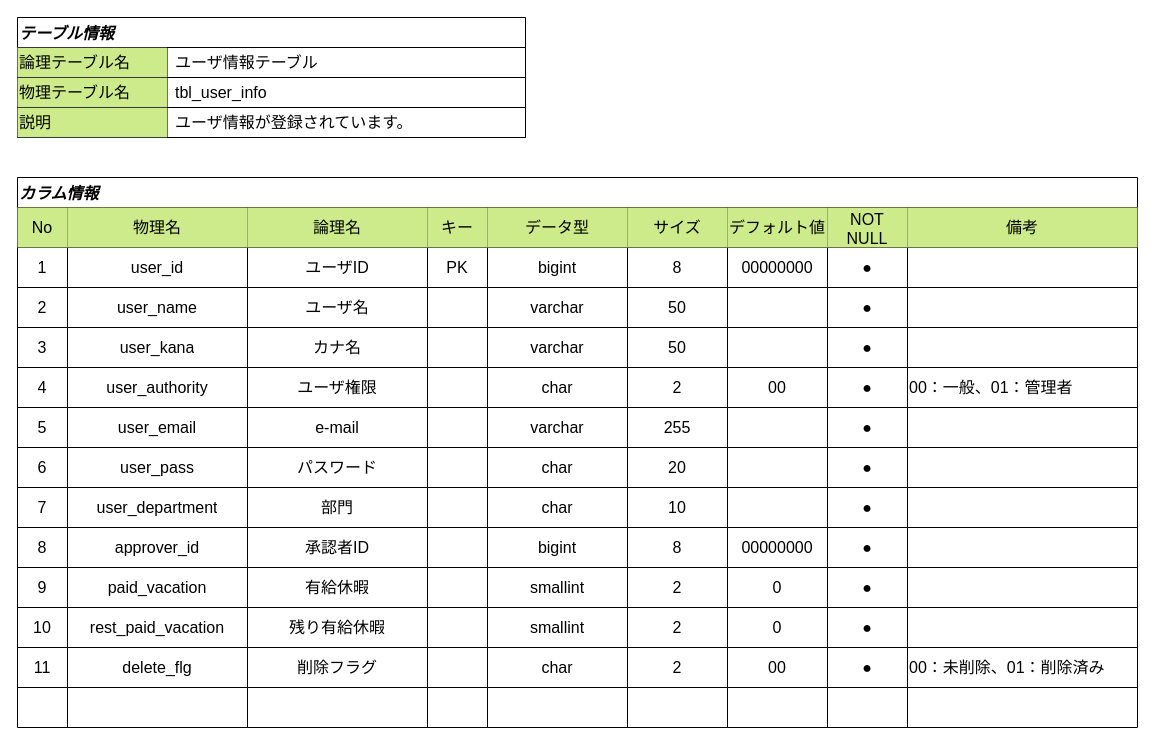
Earlier version of the draw.io diagram docs/database/tbl_user_info.drawio (youkobaske/agentSupport-attendanceSystem). Source tidied: cells renumbered, new cells numbered last; positions are measured from the earlier drawing's top-left corner, leaving out a move shared by most shapes. Both pictures are drawn from the tidied source at 100%, with x=0, y=0 at pixel (17, 17).
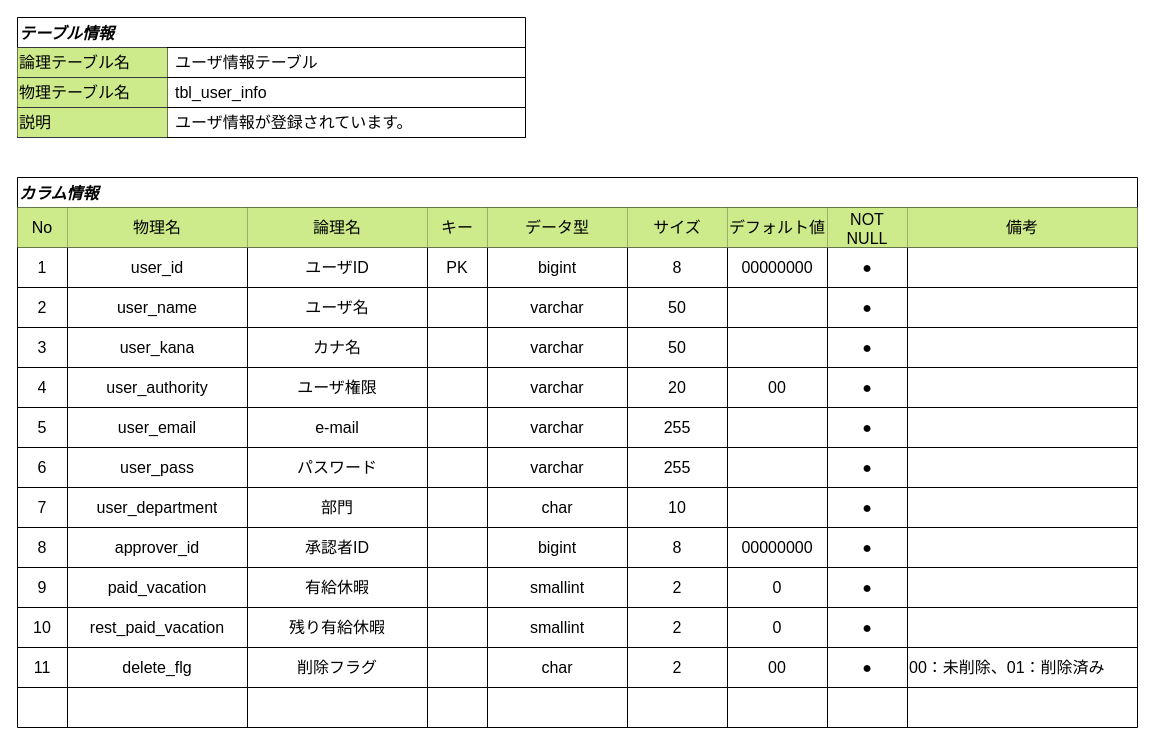
The same diagram, later.

Commit message (it also covers changes not shown here):
データ型とサイズを一部修正

user_pass, user_authorityのデータ型とサイズを修正

Unchanged cells that the change refers to:
```xml
<mxCell id="53" style="shape=tableRow;horizontal=0;startSize=0;swimlaneHead=0;swimlaneBody=0;strokeColor=inherit;top=0;left=0;bottom=0;right=0;fillColor=none;fontSize=16;" parent="12" vertex="1">
  <mxGeometry y="190" width="1120" height="40" as="geometry" />
</mxCell>
<mxCell id="73" style="shape=tableRow;horizontal=0;startSize=0;swimlaneHead=0;swimlaneBody=0;strokeColor=inherit;top=0;left=0;bottom=0;right=0;fillColor=none;fontSize=16;" parent="12" vertex="1">
  <mxGeometry y="270" width="1120" height="40" as="geometry" />
</mxCell>
```

Change to the diagram source:
```diff
@@
-    <mxCell id="58" value="char" style="shape=partialRectangle;html=1;whiteSpace=wrap;strokeColor=inherit;overflow=hidden;fillColor=none;top=0;left=0;bottom=0;right=0;fontSize=16;" parent="53" vertex="1">
+    <mxCell id="58" value="varchar" style="shape=partialRectangle;html=1;whiteSpace=wrap;strokeColor=inherit;overflow=hidden;fillColor=none;top=0;left=0;bottom=0;right=0;fontSize=16;" parent="53" vertex="1">
       <mxGeometry x="470" width="140" height="40" as="geometry" />
     </mxCell>
-    <mxCell id="59" value="2" style="shape=partialRectangle;html=1;whiteSpace=wrap;strokeColor=inherit;overflow=hidden;fillColor=none;top=0;left=0;bottom=0;right=0;fontSize=16;" parent="53" vertex="1">
+    <mxCell id="59" value="20" style="shape=partialRectangle;html=1;whiteSpace=wrap;strokeColor=inherit;overflow=hidden;fillColor=none;top=0;left=0;bottom=0;right=0;fontSize=16;" parent="53" vertex="1">
       <mxGeometry x="610" width="100" height="40" as="geometry" />
     </mxCell>
@@
-    <mxCell id="62" value="00：一般、01：管理者" style="shape=partialRectangle;html=1;whiteSpace=wrap;strokeColor=inherit;overflow=hidden;fillColor=none;top=0;left=0;bottom=0;right=0;fontSize=16;align=left;" parent="53" vertex="1">
+    <mxCell id="62" style="shape=partialRectangle;html=1;whiteSpace=wrap;strokeColor=inherit;overflow=hidden;fillColor=none;top=0;left=0;bottom=0;right=0;fontSize=16;align=left;" parent="53" vertex="1">
       <mxGeometry x="890" width="230" height="40" as="geometry" />
     </mxCell>
@@
-    <mxCell id="78" value="char" style="shape=partialRectangle;html=1;whiteSpace=wrap;strokeColor=inherit;overflow=hidden;fillColor=none;top=0;left=0;bottom=0;right=0;fontSize=16;" parent="73" vertex="1">
+    <mxCell id="78" value="varchar" style="shape=partialRectangle;html=1;whiteSpace=wrap;strokeColor=inherit;overflow=hidden;fillColor=none;top=0;left=0;bottom=0;right=0;fontSize=16;" parent="73" vertex="1">
       <mxGeometry x="470" width="140" height="40" as="geometry" />
     </mxCell>
-    <mxCell id="79" value="20" style="shape=partialRectangle;html=1;whiteSpace=wrap;strokeColor=inherit;overflow=hidden;fillColor=none;top=0;left=0;bottom=0;right=0;fontSize=16;" parent="73" vertex="1">
+    <mxCell id="79" value="255" style="shape=partialRectangle;html=1;whiteSpace=wrap;strokeColor=inherit;overflow=hidden;fillColor=none;top=0;left=0;bottom=0;right=0;fontSize=16;" parent="73" vertex="1">
       <mxGeometry x="610" width="100" height="40" as="geometry" />
     </mxCell>
```
